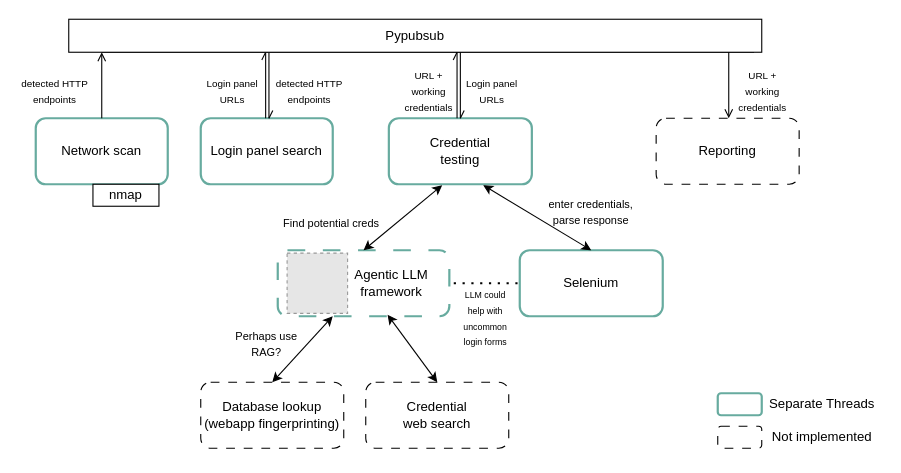
The draw.io diagram scanner/architecture.drawio in Mathis-Z/llm-credential-scanner, before the edit. Source tidied: cells renumbered, new cells numbered last; positions are measured from the earlier drawing's top-left corner, leaving out a move shared by most shapes. Both pictures are drawn from the tidied source at 110%, with x=0, y=0 at pixel (19, 19). Pictures stored in the file or linked from it are replaced by grey dashed boxes.
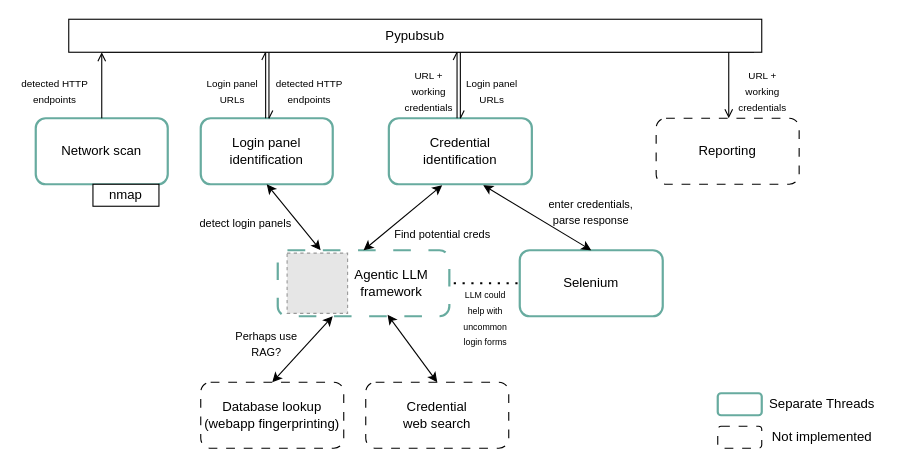
Above is the later version.

Commit message:
Updating architecture diagram

Unchanged cells that the change refers to:
```xml
<mxCell id="26" style="rounded=1;whiteSpace=wrap;html=1;dashed=1;dashPattern=8 8;strokeColor=#67AB9F;strokeWidth=2;" parent="25" vertex="1">
  <mxGeometry width="156" height="60" as="geometry" />
</mxCell>
```

What changed in the source:
```diff
@@
-    <mxCell id="3" value="Login panel search" style="rounded=1;whiteSpace=wrap;html=1;strokeColor=#67AB9F;strokeWidth=2;" parent="1" vertex="1">
+    <mxCell id="3" value="Login panel identification" style="rounded=1;whiteSpace=wrap;html=1;strokeColor=#67AB9F;strokeWidth=2;" parent="1" vertex="1">
       <mxGeometry x="165" y="90" width="120" height="60" as="geometry" />
     </mxCell>
@@
-    <mxCell id="6" value="&lt;div&gt;Credential&lt;/div&gt;&lt;div&gt;testing&lt;/div&gt;" style="rounded=1;whiteSpace=wrap;html=1;strokeColor=#67AB9F;strokeWidth=2;" parent="1" vertex="1">
+    <mxCell id="6" value="&lt;div&gt;Credential&lt;/div&gt;&lt;div&gt;identification&lt;/div&gt;" style="rounded=1;whiteSpace=wrap;html=1;strokeColor=#67AB9F;strokeWidth=2;" parent="1" vertex="1">
       <mxGeometry x="336" y="90" width="130" height="60" as="geometry" />
     </mxCell>
@@
     <mxCell id="32" value="&lt;font style=&quot;font-size: 10px;&quot;&gt;Find potential creds&lt;/font&gt;" style="text;html=1;whiteSpace=wrap;strokeColor=none;fillColor=none;align=center;verticalAlign=middle;rounded=0;" parent="1" vertex="1">
-      <mxGeometry x="235" y="170" width="98" height="30" as="geometry" />
+      <mxGeometry x="336" y="180" width="98" height="30" as="geometry" />
     </mxCell>
@@
+    <mxCell id="41" style="endArrow=classic;startArrow=classic;html=1;rounded=0;entryX=0.5;entryY=1;entryDx=0;entryDy=0;exitX=0.25;exitY=0;exitDx=0;exitDy=0;" parent="1" edge="1" source="26" target="3">
+      <mxGeometry relative="1" as="geometry" />
+    </mxCell>
+    <mxCell id="42" value="&lt;font style=&quot;font-size: 10px;&quot;&gt;detect login panels&lt;/font&gt;" style="text;html=1;whiteSpace=wrap;strokeColor=none;fillColor=none;align=center;verticalAlign=middle;rounded=0;" parent="1" vertex="1">
+      <mxGeometry x="157" y="170" width="98" height="30" as="geometry" />
+    </mxCell>
```
